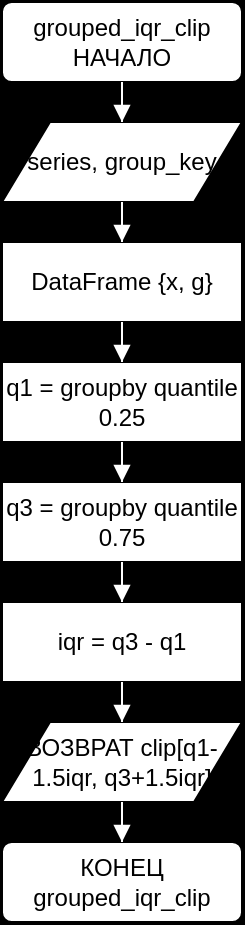
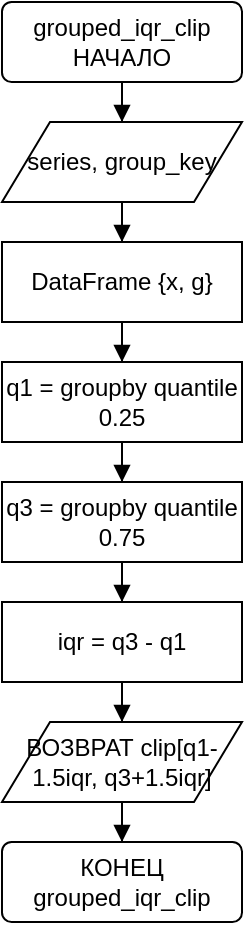
<mxfile host="Electron" version="29.6.1">
  <diagram name="Страница-1" id="d1">
-     <mxGraphModel dx="1400" dy="800" grid="1" gridSize="10" guides="1" tooltips="1" connect="1" arrows="1" fold="1" page="0" pageScale="1" pageWidth="827" pageHeight="1169" math="0" shadow="0" background="#000000">
+     <mxGraphModel dx="1400" dy="800" grid="1" gridSize="10" guides="1" tooltips="1" connect="1" arrows="1" fold="1" page="0" pageScale="1" pageWidth="827" pageHeight="1169" math="0" shadow="0" background="#ffffff">
      <root>
        <mxCell id="0" />
        <mxCell id="1" parent="0" />
        <mxCell id="a" value="&lt;div&gt;grouped_iqr_clip&lt;/div&gt;&lt;div&gt;НАЧАЛО&lt;/div&gt;" style="rounded=1;arcSize=12;whiteSpace=wrap;html=1;fillColor=#ffffff;strokeColor=#000000;fontColor=#000000;" vertex="1" parent="1"><mxGeometry x="160" y="0" width="120" height="40" as="geometry" /></mxCell>
        <mxCell id="io" value="series, group_key" style="shape=parallelogram;perimeter=parallelogramPerimeter;whiteSpace=wrap;html=1;fillColor=#ffffff;strokeColor=#000000;fontColor=#000000;" vertex="1" parent="1"><mxGeometry x="160" y="60" width="120" height="40" as="geometry" /></mxCell>
        <mxCell id="p1" value="DataFrame {x, g}" style="rounded=0;whiteSpace=wrap;html=1;fillColor=#ffffff;strokeColor=#000000;fontColor=#000000;" vertex="1" parent="1"><mxGeometry x="160" y="120" width="120" height="40" as="geometry" /></mxCell>
        <mxCell id="p2" value="q1 = groupby quantile 0.25" style="rounded=0;whiteSpace=wrap;html=1;fillColor=#ffffff;strokeColor=#000000;fontColor=#000000;" vertex="1" parent="1"><mxGeometry x="160" y="180" width="120" height="40" as="geometry" /></mxCell>
        <mxCell id="p3" value="q3 = groupby quantile 0.75" style="rounded=0;whiteSpace=wrap;html=1;fillColor=#ffffff;strokeColor=#000000;fontColor=#000000;" vertex="1" parent="1"><mxGeometry x="160" y="240" width="120" height="40" as="geometry" /></mxCell>
        <mxCell id="p4" value="iqr = q3 - q1" style="rounded=0;whiteSpace=wrap;html=1;fillColor=#ffffff;strokeColor=#000000;fontColor=#000000;" vertex="1" parent="1"><mxGeometry x="160" y="300" width="120" height="40" as="geometry" /></mxCell>
        <mxCell id="ret" value="ВОЗВРАТ clip[q1-1.5iqr, q3+1.5iqr]" style="shape=parallelogram;perimeter=parallelogramPerimeter;whiteSpace=wrap;html=1;fillColor=#ffffff;strokeColor=#000000;fontColor=#000000;" vertex="1" parent="1"><mxGeometry x="160" y="360" width="120" height="40" as="geometry" /></mxCell>
        <mxCell id="e" value="&lt;div&gt;КОНЕЦ&lt;/div&gt;&lt;div&gt;grouped_iqr_clip&lt;/div&gt;" style="rounded=1;arcSize=12;whiteSpace=wrap;html=1;fillColor=#ffffff;strokeColor=#000000;fontColor=#000000;" vertex="1" parent="1"><mxGeometry x="160" y="420" width="120" height="40" as="geometry" /></mxCell>
-         <mxCell id="e0" value="" style="edgeStyle=orthogonalEdgeStyle;rounded=0;orthogonalLoop=1;jettySize=auto;html=1;endArrow=block;endFill=1;strokeColor=#ffffff;fontColor=#ffffff;" edge="1" parent="1" source="a" target="io"><mxGeometry relative="1" as="geometry" /></mxCell>
-         <mxCell id="e1" value="" style="edgeStyle=orthogonalEdgeStyle;rounded=0;orthogonalLoop=1;jettySize=auto;html=1;endArrow=block;endFill=1;strokeColor=#ffffff;fontColor=#ffffff;" edge="1" parent="1" source="io" target="p1"><mxGeometry relative="1" as="geometry" /></mxCell>
-         <mxCell id="e2" value="" style="edgeStyle=orthogonalEdgeStyle;rounded=0;orthogonalLoop=1;jettySize=auto;html=1;endArrow=block;endFill=1;strokeColor=#ffffff;fontColor=#ffffff;" edge="1" parent="1" source="p1" target="p2"><mxGeometry relative="1" as="geometry" /></mxCell>
-         <mxCell id="e3" value="" style="edgeStyle=orthogonalEdgeStyle;rounded=0;orthogonalLoop=1;jettySize=auto;html=1;endArrow=block;endFill=1;strokeColor=#ffffff;fontColor=#ffffff;" edge="1" parent="1" source="p2" target="p3"><mxGeometry relative="1" as="geometry" /></mxCell>
-         <mxCell id="e4" value="" style="edgeStyle=orthogonalEdgeStyle;rounded=0;orthogonalLoop=1;jettySize=auto;html=1;endArrow=block;endFill=1;strokeColor=#ffffff;fontColor=#ffffff;" edge="1" parent="1" source="p3" target="p4"><mxGeometry relative="1" as="geometry" /></mxCell>
-         <mxCell id="e5" value="" style="edgeStyle=orthogonalEdgeStyle;rounded=0;orthogonalLoop=1;jettySize=auto;html=1;endArrow=block;endFill=1;strokeColor=#ffffff;fontColor=#ffffff;" edge="1" parent="1" source="p4" target="ret"><mxGeometry relative="1" as="geometry" /></mxCell>
-         <mxCell id="e6" value="" style="edgeStyle=orthogonalEdgeStyle;rounded=0;orthogonalLoop=1;jettySize=auto;html=1;endArrow=block;endFill=1;strokeColor=#ffffff;fontColor=#ffffff;" edge="1" parent="1" source="ret" target="e"><mxGeometry relative="1" as="geometry" /></mxCell>
+         <mxCell id="e0" value="" style="edgeStyle=orthogonalEdgeStyle;rounded=0;orthogonalLoop=1;jettySize=auto;html=1;endArrow=block;endFill=1;strokeColor=#000000;fontColor=#000000;" edge="1" parent="1" source="a" target="io"><mxGeometry relative="1" as="geometry" /></mxCell>
+         <mxCell id="e1" value="" style="edgeStyle=orthogonalEdgeStyle;rounded=0;orthogonalLoop=1;jettySize=auto;html=1;endArrow=block;endFill=1;strokeColor=#000000;fontColor=#000000;" edge="1" parent="1" source="io" target="p1"><mxGeometry relative="1" as="geometry" /></mxCell>
+         <mxCell id="e2" value="" style="edgeStyle=orthogonalEdgeStyle;rounded=0;orthogonalLoop=1;jettySize=auto;html=1;endArrow=block;endFill=1;strokeColor=#000000;fontColor=#000000;" edge="1" parent="1" source="p1" target="p2"><mxGeometry relative="1" as="geometry" /></mxCell>
+         <mxCell id="e3" value="" style="edgeStyle=orthogonalEdgeStyle;rounded=0;orthogonalLoop=1;jettySize=auto;html=1;endArrow=block;endFill=1;strokeColor=#000000;fontColor=#000000;" edge="1" parent="1" source="p2" target="p3"><mxGeometry relative="1" as="geometry" /></mxCell>
+         <mxCell id="e4" value="" style="edgeStyle=orthogonalEdgeStyle;rounded=0;orthogonalLoop=1;jettySize=auto;html=1;endArrow=block;endFill=1;strokeColor=#000000;fontColor=#000000;" edge="1" parent="1" source="p3" target="p4"><mxGeometry relative="1" as="geometry" /></mxCell>
+         <mxCell id="e5" value="" style="edgeStyle=orthogonalEdgeStyle;rounded=0;orthogonalLoop=1;jettySize=auto;html=1;endArrow=block;endFill=1;strokeColor=#000000;fontColor=#000000;" edge="1" parent="1" source="p4" target="ret"><mxGeometry relative="1" as="geometry" /></mxCell>
+         <mxCell id="e6" value="" style="edgeStyle=orthogonalEdgeStyle;rounded=0;orthogonalLoop=1;jettySize=auto;html=1;endArrow=block;endFill=1;strokeColor=#000000;fontColor=#000000;" edge="1" parent="1" source="ret" target="e"><mxGeometry relative="1" as="geometry" /></mxCell>
      </root>
    </mxGraphModel>
  </diagram>
</mxfile>